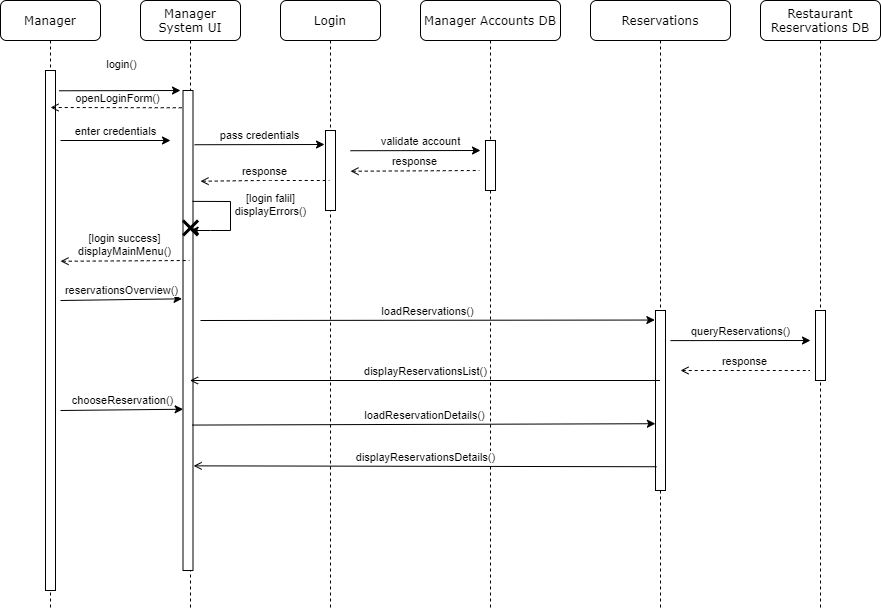
Before: rezervito-hw-03/Rezervito Diagrams/ManagerPreviewReservationsSequence.png, a diagram exported from draw.io (ivanchuchulski/fmi-requirements-analisys). Source tidied: cells renumbered, new cells last; positions are measured from the earlier drawing's top-left corner, leaving out a move shared by most shapes.
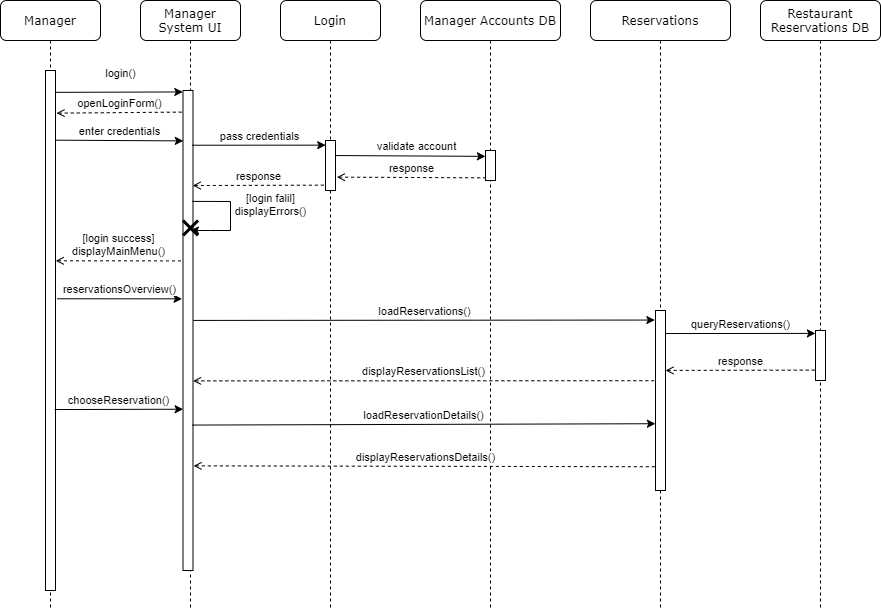
Later version of the same file.

Commit message:
Add requirement priorities and clean up Manager sequence diagram

The edit, as a diff of the source:
```diff
@@ -8,7 +8,7 @@
     <mxCell id="3" style="html=1;points=[];perimeter=orthogonalPerimeter;rounded=0;shadow=0;comic=0;labelBackgroundColor=none;strokeWidth=1;fontFamily=Verdana;fontSize=12;align=center;" parent="2" vertex="1">
       <mxGeometry x="42.5" y="90" width="10" height="480" as="geometry" />
     </mxCell>
-    <mxCell id="4" value="[login falil]&lt;br&gt;displayErrors()" style="endArrow=classic;html=1;endFill=1;verticalAlign=bottom;rounded=0;exitX=0.95;exitY=0.231;exitDx=0;exitDy=0;exitPerimeter=0;" parent="2" edge="1" source="3" target="2">
+    <mxCell id="4" value="[login falil]&lt;br&gt;displayErrors()" style="endArrow=classic;html=1;endFill=1;verticalAlign=bottom;rounded=0;exitX=0.938;exitY=0.231;exitDx=0;exitDy=0;exitPerimeter=0;" parent="2" edge="1" source="3" target="2">
       <mxGeometry x="0.25" y="-41" relative="1" as="geometry">
         <Array as="points">
           <mxPoint x="90" y="201" />
@@ -25,13 +25,13 @@
       <mxGeometry x="760" width="120" height="610" as="geometry" />
     </mxCell>
     <mxCell id="7" style="html=1;points=[];perimeter=orthogonalPerimeter;rounded=0;shadow=0;comic=0;labelBackgroundColor=none;strokeWidth=1;fontFamily=Verdana;fontSize=12;align=center;" parent="6" vertex="1">
-      <mxGeometry x="55" y="310" width="10" height="70" as="geometry" />
+      <mxGeometry x="55" y="330" width="10" height="50" as="geometry" />
     </mxCell>
     <mxCell id="8" value="Login" style="shape=umlLifeline;perimeter=lifelinePerimeter;whiteSpace=wrap;html=1;rounded=1;shadow=0;comic=0;labelBackgroundColor=none;strokeWidth=1;fontFamily=Verdana;fontSize=12;align=center;" parent="1" vertex="1">
       <mxGeometry x="280" width="100" height="610" as="geometry" />
     </mxCell>
     <mxCell id="9" style="html=1;points=[];perimeter=orthogonalPerimeter;rounded=0;shadow=0;comic=0;labelBackgroundColor=none;strokeWidth=1;fontFamily=Verdana;fontSize=12;align=center;" parent="8" vertex="1">
-      <mxGeometry x="45" y="130" width="10" height="80" as="geometry" />
+      <mxGeometry x="45" y="140" width="10" height="50" as="geometry" />
     </mxCell>
     <mxCell id="10" value="Manager" style="shape=umlLifeline;perimeter=lifelinePerimeter;whiteSpace=wrap;html=1;rounded=1;shadow=0;comic=0;labelBackgroundColor=none;strokeWidth=1;fontFamily=Verdana;fontSize=12;align=center;" parent="1" vertex="1">
       <mxGeometry width="100" height="610" as="geometry" />
@@ -39,81 +39,47 @@
     <mxCell id="11" style="html=1;points=[];perimeter=orthogonalPerimeter;rounded=0;shadow=0;comic=0;labelBackgroundColor=none;strokeWidth=1;fontFamily=Verdana;fontSize=12;align=center;" parent="10" vertex="1">
       <mxGeometry x="45" y="70" width="10" height="520" as="geometry" />
     </mxCell>
-    <mxCell id="12" value="login()" style="endArrow=classic;html=1;endFill=1;verticalAlign=bottom;exitX=1.354;exitY=0.039;exitDx=0;exitDy=0;exitPerimeter=0;" parent="1" edge="1" source="11">
-      <mxGeometry x="0.02" y="17" relative="1" as="geometry">
-        <mxPoint x="180" y="90" as="targetPoint" />
-      </mxGeometry>
+    <mxCell id="12" value="login()" style="endArrow=classic;html=1;endFill=1;verticalAlign=bottom;exitX=1.028;exitY=0.042;exitDx=0;exitDy=0;exitPerimeter=0;entryX=-0.022;entryY=0.003;entryDx=0;entryDy=0;entryPerimeter=0;" parent="1" edge="1" source="11" target="3">
+      <mxGeometry x="0.01" y="10" relative="1" as="geometry" />
     </mxCell>
     <mxCell id="13" value="Manager Accounts DB" style="shape=umlLifeline;perimeter=lifelinePerimeter;whiteSpace=wrap;html=1;rounded=1;shadow=0;comic=0;labelBackgroundColor=none;strokeWidth=1;fontFamily=Verdana;fontSize=12;align=center;" parent="1" vertex="1">
       <mxGeometry x="420" width="140" height="610" as="geometry" />
     </mxCell>
     <mxCell id="14" style="html=1;points=[];perimeter=orthogonalPerimeter;rounded=0;shadow=0;comic=0;labelBackgroundColor=none;strokeWidth=1;fontFamily=Verdana;fontSize=12;align=center;" parent="13" vertex="1">
-      <mxGeometry x="65" y="140" width="10" height="50" as="geometry" />
+      <mxGeometry x="65" y="150" width="10" height="30" as="geometry" />
     </mxCell>
-    <mxCell id="15" value="reservationsOverview()" style="endArrow=classic;html=1;endFill=1;verticalAlign=bottom;entryX=-0.099;entryY=0.434;entryDx=0;entryDy=0;entryPerimeter=0;" parent="1" edge="1" target="3">
-      <mxGeometry relative="1" as="geometry">
-        <mxPoint x="60" y="300" as="sourcePoint" />
-      </mxGeometry>
+    <mxCell id="15" value="reservationsOverview()" style="endArrow=classic;html=1;endFill=1;verticalAlign=bottom;entryX=-0.099;entryY=0.434;entryDx=0;entryDy=0;entryPerimeter=0;exitX=1.184;exitY=0.439;exitDx=0;exitDy=0;exitPerimeter=0;" parent="1" edge="1" source="11" target="3">
+      <mxGeometry relative="1" as="geometry" />
     </mxCell>
-    <mxCell id="16" value="loadReservations()" style="endArrow=classic;html=1;endFill=1;verticalAlign=bottom;entryX=-0.066;entryY=0.053;entryDx=0;entryDy=0;entryPerimeter=0;" parent="1" edge="1" target="27">
-      <mxGeometry relative="1" as="geometry">
-        <mxPoint x="200" y="320" as="sourcePoint" />
-      </mxGeometry>
+    <mxCell id="16" value="loadReservations()" style="endArrow=classic;html=1;endFill=1;verticalAlign=bottom;entryX=-0.066;entryY=0.053;entryDx=0;entryDy=0;entryPerimeter=0;exitX=1.034;exitY=0.479;exitDx=0;exitDy=0;exitPerimeter=0;" parent="1" edge="1" source="3" target="27">
+      <mxGeometry relative="1" as="geometry" />
     </mxCell>
-    <mxCell id="17" value="enter credentials" style="endArrow=classic;endFill=1;verticalAlign=bottom;comic=0;html=1;" parent="1" edge="1">
-      <mxGeometry relative="1" as="geometry">
-        <mxPoint x="60" y="140" as="sourcePoint" />
-        <mxPoint x="170" y="140" as="targetPoint" />
-      </mxGeometry>
+    <mxCell id="17" value="enter credentials" style="endArrow=classic;endFill=1;verticalAlign=bottom;comic=0;html=1;entryX=0.03;entryY=0.105;entryDx=0;entryDy=0;entryPerimeter=0;exitX=1.033;exitY=0.134;exitDx=0;exitDy=0;exitPerimeter=0;" parent="1" edge="1" source="11" target="3">
+      <mxGeometry relative="1" as="geometry" />
     </mxCell>
-    <mxCell id="18" value="openLoginForm()" style="endArrow=none;html=1;endFill=0;verticalAlign=bottom;dashed=1;startArrow=open;startFill=0;entryX=0.13;entryY=0.036;entryDx=0;entryDy=0;entryPerimeter=0;" parent="1" edge="1" target="3">
-      <mxGeometry relative="1" as="geometry">
-        <mxPoint x="50" y="107" as="sourcePoint" />
-      </mxGeometry>
+    <mxCell id="18" value="openLoginForm()" style="endArrow=none;html=1;endFill=0;verticalAlign=bottom;dashed=1;startArrow=open;startFill=0;exitX=1.102;exitY=0.082;exitDx=0;exitDy=0;exitPerimeter=0;entryX=-0.022;entryY=0.045;entryDx=0;entryDy=0;entryPerimeter=0;" parent="1" edge="1" source="11" target="3">
+      <mxGeometry relative="1" as="geometry" />
     </mxCell>
-    <mxCell id="19" value="pass credentials" style="endArrow=classic;html=1;endFill=1;verticalAlign=bottom;exitX=1.16;exitY=0.113;exitDx=0;exitDy=0;exitPerimeter=0;" parent="1" edge="1" source="3">
-      <mxGeometry relative="1" as="geometry">
-        <mxPoint x="324" y="144" as="targetPoint" />
-      </mxGeometry>
+    <mxCell id="19" value="pass credentials" style="endArrow=classic;html=1;endFill=1;verticalAlign=bottom;exitX=0.937;exitY=0.114;exitDx=0;exitDy=0;exitPerimeter=0;entryX=0.02;entryY=0.093;entryDx=0;entryDy=0;entryPerimeter=0;" parent="1" edge="1" source="3" target="9">
+      <mxGeometry relative="1" as="geometry" />
     </mxCell>
-    <mxCell id="20" value="validate account" style="endArrow=classic;html=1;endFill=1;verticalAlign=bottom;exitX=1.16;exitY=0.113;exitDx=0;exitDy=0;exitPerimeter=0;" parent="1" edge="1">
-      <mxGeometry x="0.08" relative="1" as="geometry">
-        <mxPoint x="350" y="150.2" as="sourcePoint" />
-        <mxPoint x="480" y="150" as="targetPoint" />
-      </mxGeometry>
+    <mxCell id="20" value="validate account" style="endArrow=classic;html=1;endFill=1;verticalAlign=bottom;entryX=-0.007;entryY=0.195;entryDx=0;entryDy=0;entryPerimeter=0;exitX=1.033;exitY=0.301;exitDx=0;exitDy=0;exitPerimeter=0;" parent="1" edge="1" source="9" target="14">
+      <mxGeometry x="0.08" relative="1" as="geometry" />
     </mxCell>
-    <mxCell id="21" value="response" style="endArrow=none;html=1;endFill=0;verticalAlign=bottom;dashed=1;startArrow=open;startFill=0;exitX=1.011;exitY=0.19;exitDx=0;exitDy=0;exitPerimeter=0;entryX=-0.1;entryY=0.146;entryDx=0;entryDy=0;entryPerimeter=0;" parent="1" edge="1">
-      <mxGeometry relative="1" as="geometry">
-        <mxPoint x="200" y="180.7" as="sourcePoint" />
-        <mxPoint x="328.9" y="180" as="targetPoint" />
-        <Array as="points">
-          <mxPoint x="260" y="180" />
-        </Array>
-      </mxGeometry>
+    <mxCell id="21" value="response" style="endArrow=none;html=1;endFill=0;verticalAlign=bottom;dashed=1;startArrow=open;startFill=0;entryX=-0.033;entryY=0.893;entryDx=0;entryDy=0;entryPerimeter=0;rounded=1;exitX=0.963;exitY=0.198;exitDx=0;exitDy=0;exitPerimeter=0;" parent="1" edge="1" source="3" target="9">
+      <mxGeometry relative="1" as="geometry" />
     </mxCell>
-    <mxCell id="22" value="response" style="endArrow=none;html=1;endFill=0;verticalAlign=bottom;dashed=1;startArrow=open;startFill=0;exitX=1.011;exitY=0.19;exitDx=0;exitDy=0;exitPerimeter=0;entryX=-0.1;entryY=0.146;entryDx=0;entryDy=0;entryPerimeter=0;" parent="1" edge="1">
-      <mxGeometry relative="1" as="geometry">
-        <mxPoint x="350" y="170.7" as="sourcePoint" />
-        <mxPoint x="478.9" y="170" as="targetPoint" />
-      </mxGeometry>
+    <mxCell id="22" value="response" style="endArrow=none;html=1;endFill=0;verticalAlign=bottom;dashed=1;startArrow=open;startFill=0;entryX=-0.033;entryY=0.911;entryDx=0;entryDy=0;entryPerimeter=0;exitX=1.14;exitY=0.733;exitDx=0;exitDy=0;exitPerimeter=0;" parent="1" edge="1" source="9" target="14">
+      <mxGeometry relative="1" as="geometry" />
     </mxCell>
-    <mxCell id="23" value="[login success]&lt;br&gt;displayMainMenu()" style="endArrow=none;html=1;endFill=0;verticalAlign=bottom;dashed=1;startArrow=open;startFill=0;exitX=1.011;exitY=0.19;exitDx=0;exitDy=0;exitPerimeter=0;entryX=-0.1;entryY=0.146;entryDx=0;entryDy=0;entryPerimeter=0;" parent="1" edge="1">
-      <mxGeometry relative="1" as="geometry">
-        <mxPoint x="60" y="260.7" as="sourcePoint" />
-        <mxPoint x="188.9" y="260" as="targetPoint" />
-      </mxGeometry>
+    <mxCell id="23" value="[login success]&lt;br&gt;displayMainMenu()" style="endArrow=none;html=1;endFill=0;verticalAlign=bottom;dashed=1;startArrow=open;startFill=0;exitX=1.024;exitY=0.366;exitDx=0;exitDy=0;exitPerimeter=0;entryX=-0.118;entryY=0.355;entryDx=0;entryDy=0;entryPerimeter=0;" parent="1" edge="1" source="11" target="3">
+      <mxGeometry relative="1" as="geometry" />
     </mxCell>
-    <mxCell id="24" value="queryReservations()" style="endArrow=classic;html=1;endFill=1;verticalAlign=bottom;exitX=0.926;exitY=0.341;exitDx=0;exitDy=0;exitPerimeter=0;" parent="1" edge="1">
-      <mxGeometry relative="1" as="geometry">
-        <mxPoint x="670" y="340.1" as="sourcePoint" />
-        <mxPoint x="810" y="340" as="targetPoint" />
-      </mxGeometry>
+    <mxCell id="24" value="queryReservations()" style="endArrow=classic;html=1;endFill=1;verticalAlign=bottom;exitX=0.968;exitY=0.128;exitDx=0;exitDy=0;exitPerimeter=0;entryX=-0.008;entryY=0.058;entryDx=0;entryDy=0;entryPerimeter=0;" parent="1" edge="1" source="27" target="7">
+      <mxGeometry relative="1" as="geometry" />
     </mxCell>
-    <mxCell id="25" value="response" style="endArrow=none;html=1;endFill=0;verticalAlign=bottom;dashed=1;startArrow=open;startFill=0;entryX=-0.1;entryY=0.146;entryDx=0;entryDy=0;entryPerimeter=0;" parent="1" edge="1">
-      <mxGeometry relative="1" as="geometry">
-        <mxPoint x="680" y="370" as="sourcePoint" />
-        <mxPoint x="808.9" y="370" as="targetPoint" />
-      </mxGeometry>
+    <mxCell id="25" value="response" style="endArrow=none;html=1;endFill=0;verticalAlign=bottom;dashed=1;startArrow=open;startFill=0;entryX=-0.011;entryY=0.792;entryDx=0;entryDy=0;entryPerimeter=0;exitX=0.999;exitY=0.333;exitDx=0;exitDy=0;exitPerimeter=0;" parent="1" edge="1" source="27" target="7">
+      <mxGeometry relative="1" as="geometry" />
     </mxCell>
     <mxCell id="26" value="Reservations" style="shape=umlLifeline;perimeter=lifelinePerimeter;whiteSpace=wrap;html=1;outlineConnect=0;rounded=1;shadow=0;comic=0;labelBackgroundColor=none;strokeWidth=1;fontFamily=Verdana;fontSize=12;align=center;" parent="1" vertex="1">
       <mxGeometry x="590" width="140" height="610" as="geometry" />
@@ -121,20 +87,16 @@
     <mxCell id="27" style="html=1;points=[];perimeter=orthogonalPerimeter;rounded=0;shadow=0;comic=0;labelBackgroundColor=none;strokeWidth=1;fontFamily=Verdana;fontSize=12;align=center;" parent="26" vertex="1">
       <mxGeometry x="65" y="310" width="10" height="180" as="geometry" />
     </mxCell>
-    <mxCell id="28" value="chooseReservation()" style="endArrow=classic;html=1;endFill=1;verticalAlign=bottom;entryX=0.012;entryY=0.664;entryDx=0;entryDy=0;entryPerimeter=0;" parent="1" edge="1" target="3">
-      <mxGeometry relative="1" as="geometry">
-        <mxPoint x="60" y="410" as="sourcePoint" />
-      </mxGeometry>
+    <mxCell id="28" value="chooseReservation()" style="endArrow=classic;html=1;endFill=1;verticalAlign=bottom;entryX=0.012;entryY=0.664;entryDx=0;entryDy=0;entryPerimeter=0;exitX=0.916;exitY=0.652;exitDx=0;exitDy=0;exitPerimeter=0;" parent="1" edge="1" source="11" target="3">
+      <mxGeometry relative="1" as="geometry" />
     </mxCell>
-    <mxCell id="29" value="displayReservationsList()" style="endArrow=none;html=1;endFill=0;verticalAlign=bottom;startArrow=open;startFill=0;" parent="1" edge="1" target="26">
-      <mxGeometry relative="1" as="geometry">
-        <mxPoint x="189.5" y="380" as="sourcePoint" />
-      </mxGeometry>
+    <mxCell id="29" value="displayReservationsList()" style="endArrow=none;html=1;endFill=0;verticalAlign=bottom;startArrow=open;startFill=0;entryX=-0.135;entryY=0.39;entryDx=0;entryDy=0;entryPerimeter=0;exitX=1.01;exitY=0.605;exitDx=0;exitDy=0;exitPerimeter=0;dashed=1;" parent="1" edge="1" source="3" target="27">
+      <mxGeometry relative="1" as="geometry" />
     </mxCell>
     <mxCell id="30" value="loadReservationDetails()" style="endArrow=classic;html=1;endFill=1;verticalAlign=bottom;exitX=0.95;exitY=0.697;exitDx=0;exitDy=0;exitPerimeter=0;entryX=-0.01;entryY=0.629;entryDx=0;entryDy=0;entryPerimeter=0;" parent="1" edge="1" source="3" target="27">
       <mxGeometry relative="1" as="geometry" />
     </mxCell>
-    <mxCell id="31" value="displayReservationsDetails()" style="endArrow=none;html=1;endFill=0;verticalAlign=bottom;startArrow=open;startFill=0;entryX=0.1;entryY=0.868;entryDx=0;entryDy=0;entryPerimeter=0;exitX=1.06;exitY=0.782;exitDx=0;exitDy=0;exitPerimeter=0;" parent="1" edge="1" source="3" target="27">
+    <mxCell id="31" value="displayReservationsDetails()" style="endArrow=none;html=1;endFill=0;verticalAlign=bottom;startArrow=open;startFill=0;entryX=0.1;entryY=0.868;entryDx=0;entryDy=0;entryPerimeter=0;exitX=1.06;exitY=0.782;exitDx=0;exitDy=0;exitPerimeter=0;dashed=1;" parent="1" edge="1" source="3" target="27">
       <mxGeometry relative="1" as="geometry" />
     </mxCell>
   </root>
```
